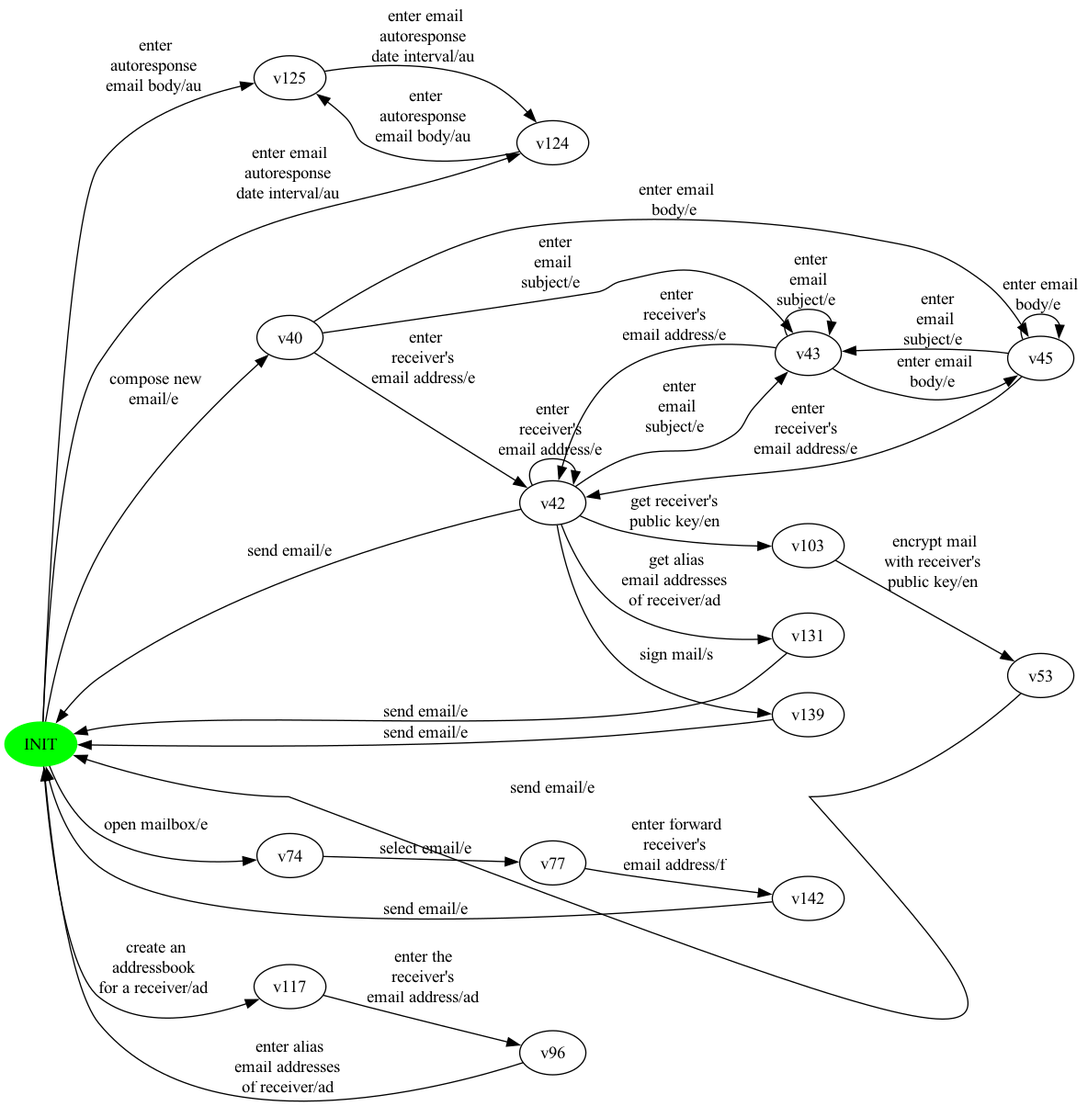
dilekozturk93/vibes keeps this Graphviz diagram as automode-reports/figures/eMail.png. Above is the earlier version. Its source is kept beside it as automode-reports/figures/eMail.dot.
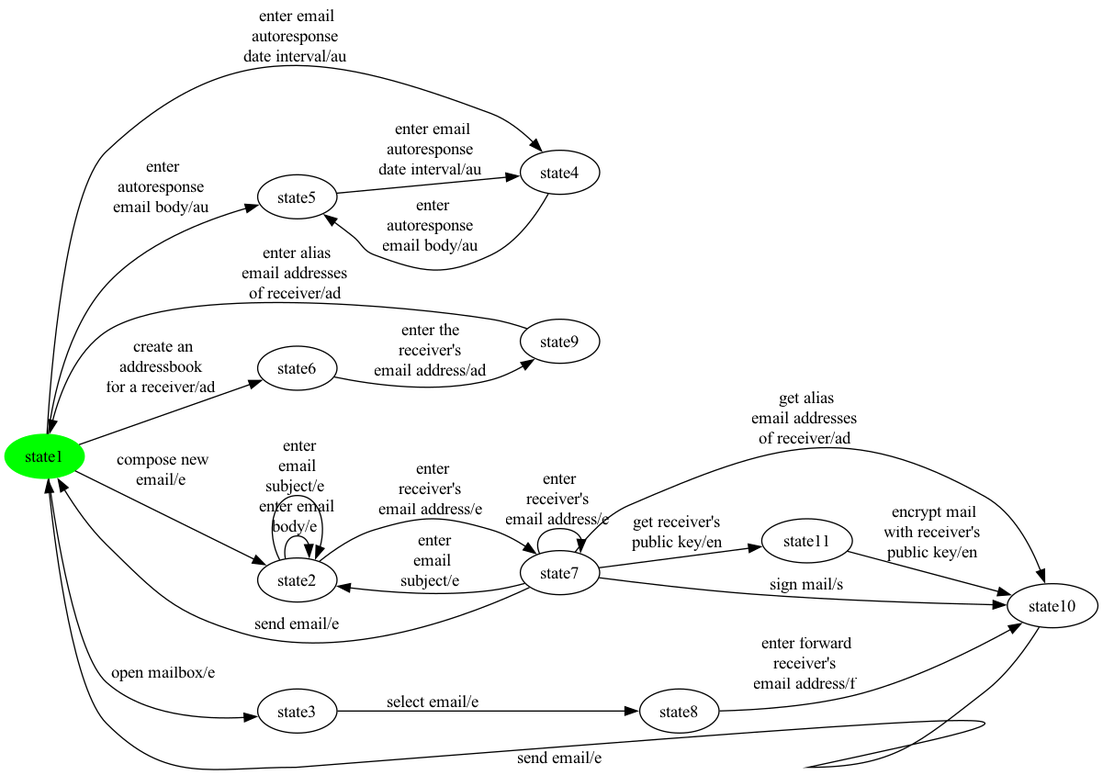
The same diagram one commit later.

The edit, as a diff of the source:
```diff
@@ -1,91 +1,67 @@
 digraph G {
 rankdir=LR;
-state0[ label = "INIT", style=filled, color=green ];
-state1 [ label = "v125" ];
-state1 -> state2 [ label=" enter email
+state0[ label = "state1", style=filled, color=green ];
+state1 [ label = "state9" ];
+state1 -> state0 [ label=" enter alias
+email addresses
+of receiver/ad " ];
+state2 [ label = "state6" ];
+state2 -> state1 [ label=" enter the
+receiver's
+email address/ad " ];
+state3 [ label = "state5" ];
+state3 -> state4 [ label=" enter email
 autoresponse
 date interval/au " ];
-state3 [ label = "v103" ];
-state3 -> state4 [ label=" encrypt mail
+state5 [ label = "state8" ];
+state5 -> state6 [ label=" enter forward
+receiver's
+email address/f " ];
+state7 [ label = "state11" ];
+state7 -> state6 [ label=" encrypt mail
 with receiver's
 public key/en " ];
-state2 [ label = "v124" ];
-state2 -> state1 [ label=" enter
+state8 [ label = "state7" ];
+state8 -> state9 [ label=" enter
+ email
+subject/e " ];
+state8 -> state0 [ label=" send email/e " ];
+state8 -> state8 [ label=" enter
+receiver's
+email address/e " ];
+state8 -> state6 [ label=" sign mail/s " ];
+state8 -> state6 [ label=" get alias
+email addresses
+of receiver/ad " ];
+state8 -> state7 [ label=" get receiver's
+public key/en " ];
+state6 [ label = "state10" ];
+state6 -> state0 [ label=" send email/e " ];
+state9 [ label = "state2" ];
+state9 -> state8 [ label=" enter
+receiver's
+email address/e " ];
+state9 -> state9 [ label=" enter email
+body/e " ];
+state9 -> state9 [ label=" enter
+ email
+subject/e " ];
+state0 -> state9 [ label=" compose new
+email/e " ];
+state0 -> state10 [ label=" open mailbox/e " ];
+state0 -> state4 [ label=" enter email
+autoresponse
+date interval/au " ];
+state0 -> state3 [ label=" enter
 autoresponse
 email body/au " ];
-state5 [ label = "v131" ];
-state5 -> state0 [ label=" send email/e " ];
-state6 [ label = "v142" ];
-state6 -> state0 [ label=" send email/e " ];
-state0 -> state7 [ label=" compose new
-email/e " ];
-state0 -> state8 [ label=" open mailbox/e " ];
-state0 -> state2 [ label=" enter email
-autoresponse
-date interval/au " ];
-state0 -> state1 [ label=" enter
+state0 -> state2 [ label=" create an
+addressbook
+for a receiver/ad " ];
+state4 [ label = "state4" ];
+state4 -> state3 [ label=" enter
 autoresponse
 email body/au " ];
-state0 -> state9 [ label=" create an
-addressbook
-for a receiver/ad " ];
-state8 [ label = "v74" ];
-state8 -> state10 [ label=" select email/e " ];
-state11 [ label = "v96" ];
-state11 -> state0 [ label=" enter alias
-email addresses
-of receiver/ad " ];
-state7 [ label = "v40" ];
-state7 -> state12 [ label=" enter
-receiver's
-email address/e " ];
-state7 -> state13 [ label=" enter
- email
-subject/e " ];
-state7 -> state14 [ label=" enter email
-body/e " ];
-state13 [ label = "v43" ];
-state13 -> state14 [ label=" enter email
-body/e " ];
-state13 -> state12 [ label=" enter
-receiver's
-email address/e " ];
-state13 -> state13 [ label=" enter
- email
-subject/e " ];
-state12 [ label = "v42" ];
-state12 -> state13 [ label=" enter
- email
-subject/e " ];
-state12 -> state0 [ label=" send email/e " ];
-state12 -> state12 [ label=" enter
-receiver's
-email address/e " ];
-state12 -> state5 [ label=" get alias
-email addresses
-of receiver/ad " ];
-state12 -> state3 [ label=" get receiver's
-public key/en " ];
-state12 -> state15 [ label=" sign mail/s " ];
-state4 [ label = "v53" ];
-state4 -> state0 [ label=" send email/e " ];
-state14 [ label = "v45" ];
-state14 -> state12 [ label=" enter
-receiver's
-email address/e " ];
-state14 -> state14 [ label=" enter email
-body/e " ];
-state14 -> state13 [ label=" enter
- email
-subject/e " ];
-state10 [ label = "v77" ];
-state10 -> state6 [ label=" enter forward
-receiver's
-email address/f " ];
-state9 [ label = "v117" ];
-state9 -> state11 [ label=" enter the
-receiver's
-email address/ad " ];
-state15 [ label = "v139" ];
-state15 -> state0 [ label=" send email/e " ];
+state10 [ label = "state3" ];
+state10 -> state5 [ label=" select email/e " ];
 }
```
